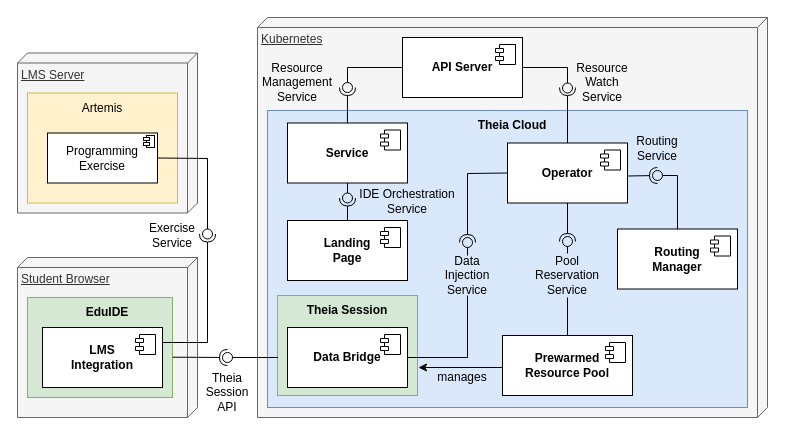
Earlier version of the draw.io diagram figures/ssd4.drawio (lukaskratzel/ba). Source tidied: cells renumbered, new cells numbered last; positions are measured from the earlier drawing's top-left corner, leaving out a move shared by most shapes. Both pictures are drawn from the tidied source at 100%, with x=0, y=0 at pixel (17, 17).
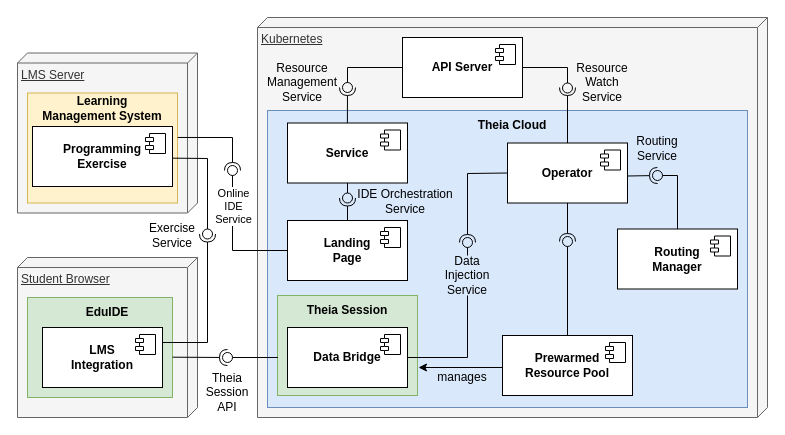
Above is the later version.

Unchanged cells that the change refers to:
```xml
<mxCell id="2" value="LMS Server" style="verticalAlign=top;align=left;spacingTop=8;spacingLeft=2;spacingRight=12;shape=cube;size=10;direction=south;fontStyle=4;html=1;whiteSpace=wrap;fillColor=#f5f5f5;fontColor=#333333;strokeColor=#666666;" parent="1" vertex="1">
  <mxGeometry y="35.5" width="180" height="160" as="geometry" />
</mxCell>
<mxCell id="36" value="&lt;b&gt;Landing&lt;/b&gt;&lt;div&gt;&lt;b&gt;Page&lt;/b&gt;&lt;/div&gt;" style="html=1;whiteSpace=wrap;" parent="1" vertex="1">
  <mxGeometry x="270" y="203" width="120" height="60" as="geometry" />
</mxCell>
<mxCell id="67" style="ellipse;whiteSpace=wrap;html=1;align=center;fillColor=none;strokeColor=none;perimeter=centerPerimeter;points=[];outlineConnect=1;" parent="1" vertex="1">
  <mxGeometry x="185" y="211.5" width="10" height="10" as="geometry" />
</mxCell>
```

What changed in the source:
```diff
@@
-    <mxCell id="4" value="Artemis" style="text;html=1;whiteSpace=wrap;strokeColor=none;fillColor=none;align=center;verticalAlign=middle;rounded=0;" parent="1" vertex="1">
-      <mxGeometry x="55" y="75.5" width="60" height="30" as="geometry" />
+    <mxCell id="4" value="&lt;b&gt;Learning&lt;/b&gt;&lt;div&gt;&lt;b&gt;Management System&lt;/b&gt;&lt;/div&gt;" style="text;html=1;whiteSpace=wrap;strokeColor=none;fillColor=none;align=center;verticalAlign=middle;rounded=0;fontStyle=0;" parent="1" vertex="1">
+      <mxGeometry x="10" y="75.5" width="150" height="30" as="geometry" />
     </mxCell>
-    <mxCell id="5" value="Programming Exercise" style="html=1;whiteSpace=wrap;" parent="1" vertex="1">
-      <mxGeometry x="30" y="115.5" width="110" height="50" as="geometry" />
-    </mxCell>
@@
-    <mxCell id="9" style="group;" parent="1" vertex="1">
-      <mxGeometry x="126" y="118" width="11" height="12" as="geometry" />
-    </mxCell>
-    <mxCell id="10" style="rounded=0;whiteSpace=wrap;html=1;strokeWidth=1;" parent="9" vertex="1">
-      <mxGeometry x="3" width="8" height="12" as="geometry" />
-    </mxCell>
-    <mxCell id="11" style="rounded=0;whiteSpace=wrap;html=1;" parent="9" vertex="1">
-      <mxGeometry y="2" width="6" height="3" as="geometry" />
-    </mxCell>
-    <mxCell id="12" style="rounded=0;whiteSpace=wrap;html=1;" parent="9" vertex="1">
-      <mxGeometry y="7" width="6" height="3" as="geometry" />
-    </mxCell>
@@
     <mxCell id="33" value="Resource Management Service" style="text;html=1;whiteSpace=wrap;strokeColor=none;fillColor=none;align=center;verticalAlign=middle;rounded=0;" parent="1" vertex="1">
-      <mxGeometry x="250" y="50" width="60" height="30" as="geometry" />
+      <mxGeometry x="245" y="50" width="80" height="30" as="geometry" />
     </mxCell>
@@
-    <mxCell id="49" value="Pool&lt;div&gt;Reservation&lt;div&gt;Service&lt;/div&gt;&lt;/div&gt;" style="text;html=1;whiteSpace=wrap;strokeColor=none;fillColor=#dae8fc;align=center;verticalAlign=middle;rounded=0;" parent="1" vertex="1">
-      <mxGeometry x="520" y="236" width="60" height="44" as="geometry" />
-    </mxCell>
@@
     <mxCell id="64" value="IDE&amp;nbsp;&lt;span style=&quot;background-color: transparent; color: light-dark(rgb(0, 0, 0), rgb(255, 255, 255));&quot;&gt;Orchestration&lt;/span&gt;&lt;div&gt;Service&lt;/div&gt;" style="text;html=1;whiteSpace=wrap;strokeColor=none;fillColor=none;align=center;verticalAlign=middle;rounded=0;" parent="1" vertex="1">
-      <mxGeometry x="360" y="169" width="60" height="30" as="geometry" />
+      <mxGeometry x="338" y="169" width="100" height="30" as="geometry" />
     </mxCell>
@@
-    <mxCell id="66" style="rounded=0;jettySize=auto;html=1;endArrow=oval;endFill=0;sketch=0;sourcePerimeterSpacing=0;targetPerimeterSpacing=0;endSize=10;exitX=1;exitY=0.5;exitDx=0;exitDy=0;" parent="1" edge="1" source="5" target="67">
+    <mxCell id="66" style="rounded=0;jettySize=auto;html=1;endArrow=oval;endFill=0;sketch=0;sourcePerimeterSpacing=0;targetPerimeterSpacing=0;endSize=10;exitX=1;exitY=0.5;exitDx=0;exitDy=0;" parent="1" edge="1" target="67">
       <mxGeometry relative="1" as="geometry">
+        <mxPoint x="140" y="140.5" as="sourcePoint" />
         <Array as="points">
           <mxPoint x="190" y="141" />
         </Array>
       </mxGeometry>
     </mxCell>
@@
+    <mxCell id="5" value="&lt;b&gt;Programming&lt;/b&gt;&lt;div&gt;&lt;b&gt;Exercise&lt;/b&gt;&lt;/div&gt;" style="html=1;whiteSpace=wrap;" parent="1" vertex="1">
+      <mxGeometry x="15" y="109" width="140" height="60" as="geometry" />
+    </mxCell>
+    <mxCell id="69" style="shape=module;jettyWidth=8;jettyHeight=4;" parent="5" vertex="1">
+      <mxGeometry x="1" width="20" height="20" relative="1" as="geometry">
+        <mxPoint x="-27" y="7" as="offset" />
+      </mxGeometry>
+    </mxCell>
+    <mxCell id="70" style="rounded=0;jettySize=auto;html=1;endArrow=halfCircle;endFill=0;endSize=6;strokeWidth=1;sketch=0;exitX=0.528;exitY=0.11;exitDx=0;exitDy=0;exitPerimeter=0;" parent="1" edge="1" source="2">
+      <mxGeometry relative="1" as="geometry">
+        <mxPoint x="215" y="153" as="targetPoint" />
+        <Array as="points">
+          <mxPoint x="215" y="120" />
+        </Array>
+      </mxGeometry>
+    </mxCell>
+    <mxCell id="71" style="rounded=0;jettySize=auto;html=1;endArrow=oval;endFill=0;sketch=0;sourcePerimeterSpacing=0;targetPerimeterSpacing=0;endSize=10;exitX=0;exitY=0.5;exitDx=0;exitDy=0;" parent="1" edge="1" source="36">
+      <mxGeometry relative="1" as="geometry">
+        <mxPoint x="215" y="153" as="targetPoint" />
+        <Array as="points">
+          <mxPoint x="215" y="233" />
+        </Array>
+      </mxGeometry>
+    </mxCell>
+    <mxCell id="72" value="Online&lt;div&gt;IDE&lt;/div&gt;&lt;div&gt;Service&lt;/div&gt;" style="edgeLabel;html=1;align=center;verticalAlign=middle;" parent="71" vertex="1">
+      <mxGeometry x="0.48" relative="1" as="geometry" />
+    </mxCell>
```
